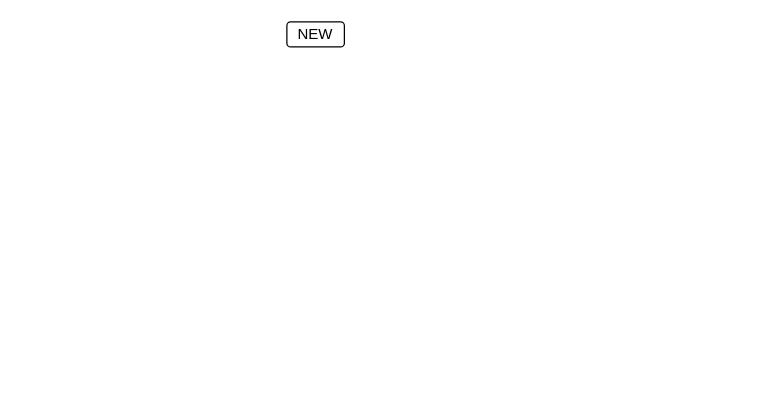
This is 线程的状态.drawio from securemist/drawio-storage, a draw.io file, before an edit. Source tidied: cells renumbered, new cells numbered last; positions are measured from the earlier drawing's top-left corner, leaving out a move shared by most shapes. Both pictures are drawn from the tidied source at 125%, with x=0, y=0 at pixel (286, 21).
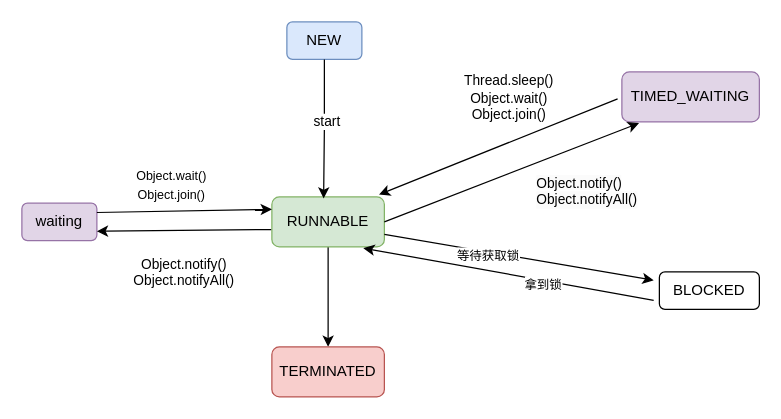
The same diagram, later.

Commit message (it also covers changes not shown here):
更新线程的状态.drawio

Change to the diagram source:
```diff
@@
-    <mxCell id="2" value="NEW" style="rounded=1;whiteSpace=wrap;html=1;" parent="1" vertex="1">
-      <mxGeometry width="46" height="20" as="geometry" />
+    <mxCell id="2" value="NEW" style="rounded=1;whiteSpace=wrap;html=1;fillColor=#dae8fc;strokeColor=#6c8ebf;" parent="1" vertex="1">
+      <mxGeometry width="60" height="30" as="geometry" />
     </mxCell>
+    <mxCell id="3" style="edgeStyle=orthogonalEdgeStyle;rounded=0;jettySize=auto;html=1;entryX=0.5;entryY=0;entryDx=0;entryDy=0;" parent="1" edge="1" source="4" target="7">
+      <mxGeometry relative="1" as="geometry" />
+    </mxCell>
+    <mxCell id="4" value="RUNNABLE" style="rounded=1;whiteSpace=wrap;html=1;fillColor=#d5e8d4;strokeColor=#82b366;" parent="1" vertex="1">
+      <mxGeometry x="-12" y="140" width="90" height="40" as="geometry" />
+    </mxCell>
+    <mxCell id="5" style="edgeStyle=orthogonalEdgeStyle;rounded=0;jettySize=auto;html=1;entryX=0.46;entryY=0.032;entryDx=0;entryDy=0;entryPerimeter=0;" parent="1" edge="1" source="2" target="4">
+      <mxGeometry relative="1" as="geometry" />
+    </mxCell>
+    <mxCell id="6" value="start" style="edgeLabel;html=1;align=center;verticalAlign=middle;" parent="5" vertex="1">
+      <mxGeometry x="-0.13" y="1" relative="1" as="geometry" />
+    </mxCell>
+    <mxCell id="7" value="TERMINATED" style="rounded=1;whiteSpace=wrap;html=1;fillColor=#f8cecc;strokeColor=#b85450;" parent="1" vertex="1">
+      <mxGeometry x="-12" y="260" width="90" height="40" as="geometry" />
+    </mxCell>
+    <mxCell id="8" value="TIMED_WAITING" style="rounded=1;whiteSpace=wrap;html=1;fillColor=#e1d5e7;strokeColor=#9673a6;" parent="1" vertex="1">
+      <mxGeometry x="268" y="40" width="110" height="40" as="geometry" />
+    </mxCell>
+    <mxCell id="9" style="endArrow=classic;html=1;rounded=0;exitX=1;exitY=0.5;exitDx=0;exitDy=0;entryX=0.125;entryY=1.025;entryDx=0;entryDy=0;entryPerimeter=0;" parent="1" edge="1" source="4" target="8">
+      <mxGeometry relative="1" as="geometry" />
+    </mxCell>
+    <mxCell id="10" style="endArrow=classic;html=1;rounded=0;exitX=-0.031;exitY=0.539;exitDx=0;exitDy=0;entryX=0.952;entryY=-0.046;entryDx=0;entryDy=0;entryPerimeter=0;exitPerimeter=0;" parent="1" edge="1" source="8" target="4">
+      <mxGeometry relative="1" as="geometry" />
+    </mxCell>
+    <mxCell id="11" value="&lt;font style=&quot;font-size: 11px;&quot;&gt;Thread.sleep()&lt;/font&gt;&lt;div style=&quot;font-size: 11px;&quot;&gt;&lt;div style=&quot;&quot;&gt;&lt;font style=&quot;font-size: 11px;&quot;&gt;Object.wait()&lt;br style=&quot;&quot;&gt;Object.join()&lt;/font&gt;&lt;br&gt;&lt;/div&gt;&lt;/div&gt;" style="text;html=1;align=center;verticalAlign=middle;whiteSpace=wrap;rounded=0;" parent="1" vertex="1">
+      <mxGeometry x="138" y="50" width="80" height="20" as="geometry" />
+    </mxCell>
+    <mxCell id="12" value="BLOCKED" style="rounded=1;whiteSpace=wrap;html=1;" parent="1" vertex="1">
+      <mxGeometry x="298" y="200" width="80" height="30" as="geometry" />
+    </mxCell>
+    <mxCell id="13" style="endArrow=classic;html=1;rounded=0;entryX=-0.057;entryY=0.224;entryDx=0;entryDy=0;entryPerimeter=0;exitX=1;exitY=0.75;exitDx=0;exitDy=0;" parent="1" edge="1" source="4" target="12">
+      <mxGeometry relative="1" as="geometry" />
+    </mxCell>
+    <mxCell id="14" value="&lt;font style=&quot;font-size: 10px;&quot;&gt;等待获取锁&lt;/font&gt;" style="edgeLabel;html=1;align=center;verticalAlign=middle;" parent="13" vertex="1">
+      <mxGeometry x="-0.23" y="-2" relative="1" as="geometry" />
+    </mxCell>
+    <mxCell id="15" style="endArrow=classic;html=1;rounded=0;entryX=0.813;entryY=1.025;entryDx=0;entryDy=0;entryPerimeter=0;exitX=-0.057;exitY=0.757;exitDx=0;exitDy=0;exitPerimeter=0;" parent="1" edge="1" source="12" target="4">
+      <mxGeometry relative="1" as="geometry" />
+    </mxCell>
+    <mxCell id="16" value="&lt;font style=&quot;font-size: 10px;&quot;&gt;拿到锁&lt;/font&gt;" style="edgeLabel;html=1;align=center;verticalAlign=middle;" parent="15" vertex="1">
+      <mxGeometry x="-0.24" y="3" relative="1" as="geometry" />
+    </mxCell>
+    <mxCell id="17" value="waiting" style="rounded=1;whiteSpace=wrap;html=1;fillColor=#e1d5e7;strokeColor=#9673a6;" parent="1" vertex="1">
+      <mxGeometry x="-212" y="145" width="60" height="30" as="geometry" />
+    </mxCell>
+    <mxCell id="18" style="endArrow=classic;html=1;rounded=0;exitX=1;exitY=0.25;exitDx=0;exitDy=0;entryX=0;entryY=0.25;entryDx=0;entryDy=0;" parent="1" edge="1" source="17" target="4">
+      <mxGeometry relative="1" as="geometry" />
+    </mxCell>
+    <mxCell id="19" style="endArrow=classic;html=1;rounded=0;exitX=-0.006;exitY=0.654;exitDx=0;exitDy=0;entryX=1;entryY=0.75;entryDx=0;entryDy=0;exitPerimeter=0;" parent="1" edge="1" source="4" target="17">
+      <mxGeometry relative="1" as="geometry" />
+    </mxCell>
+    <mxCell id="20" value="&lt;font style=&quot;font-size: 10px;&quot;&gt;Object.wait()&lt;br&gt;Object.join()&lt;/font&gt;" style="text;html=1;align=center;verticalAlign=middle;whiteSpace=wrap;rounded=0;" parent="1" vertex="1">
+      <mxGeometry x="-122" y="115" width="60" height="30" as="geometry" />
+    </mxCell>
+    <mxCell id="21" value="&lt;font style=&quot;font-size: 11px;&quot;&gt;Object.notify()&lt;/font&gt;&lt;div style=&quot;font-size: 11px;&quot;&gt;&lt;font style=&quot;font-size: 11px;&quot;&gt;Object.notifyAll()&lt;/font&gt;&lt;/div&gt;" style="text;html=1;align=center;verticalAlign=middle;whiteSpace=wrap;rounded=0;" parent="1" vertex="1">
+      <mxGeometry x="-112" y="185" width="60" height="30" as="geometry" />
+    </mxCell>
+    <mxCell id="22" value="&lt;font style=&quot;forced-color-adjust: none; color: rgb(0, 0, 0); font-family: Helvetica; font-style: normal; font-variant-ligatures: normal; font-variant-caps: normal; font-weight: 400; letter-spacing: normal; orphans: 2; text-align: center; text-indent: 0px; text-transform: none; widows: 2; word-spacing: 0px; -webkit-text-stroke-width: 0px; white-space: normal; background-color: rgb(251, 251, 251); text-decoration-thickness: initial; text-decoration-style: initial; text-decoration-color: initial; font-size: 11px;&quot;&gt;Object.notify()&lt;/font&gt;&lt;div style=&quot;forced-color-adjust: none; color: rgb(0, 0, 0); font-family: Helvetica; font-style: normal; font-variant-ligatures: normal; font-variant-caps: normal; font-weight: 400; letter-spacing: normal; orphans: 2; text-align: center; text-indent: 0px; text-transform: none; widows: 2; word-spacing: 0px; -webkit-text-stroke-width: 0px; white-space: normal; background-color: rgb(251, 251, 251); text-decoration-thickness: initial; text-decoration-style: initial; text-decoration-color: initial; font-size: 11px;&quot;&gt;&lt;font style=&quot;forced-color-adjust: none; font-size: 11px;&quot;&gt;Object.notifyAll()&lt;/font&gt;&lt;/div&gt;" style="text;whiteSpace=wrap;html=1;" parent="1" vertex="1">
+      <mxGeometry x="198" y="115" width="110" height="50" as="geometry" />
+    </mxCell>
```
